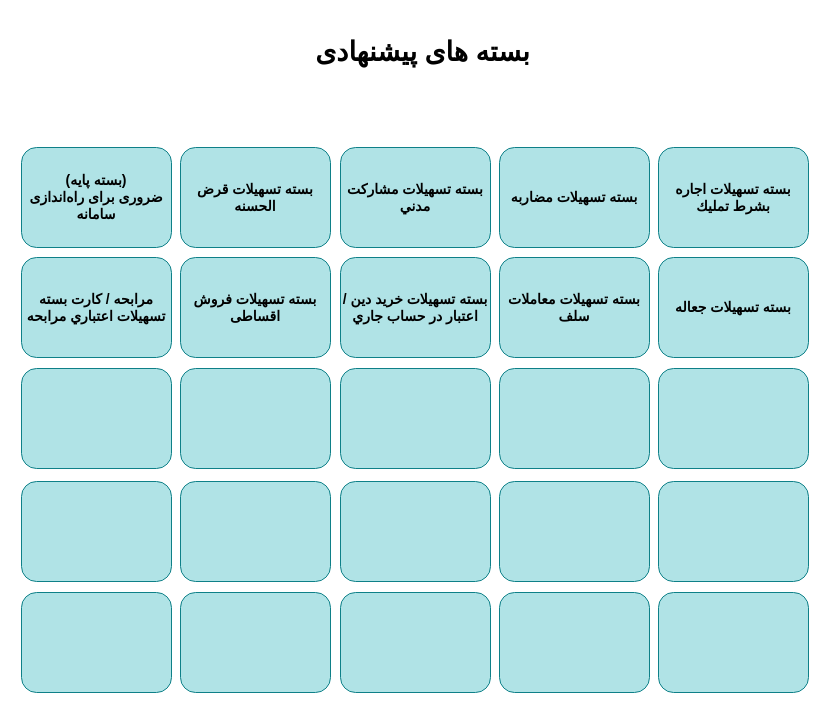
Before: page "بسته های پیشنهادی" (3 of 6) of param.drawio in saeidmaleki/Facility, a draw.io diagram. Source tidied: cells renumbered, new cells numbered last; positions are measured from the earlier drawing's top-left corner, leaving out a move shared by most shapes. Both pictures are drawn from the tidied source at 100%, with x=0, y=0 at pixel (21, 17).
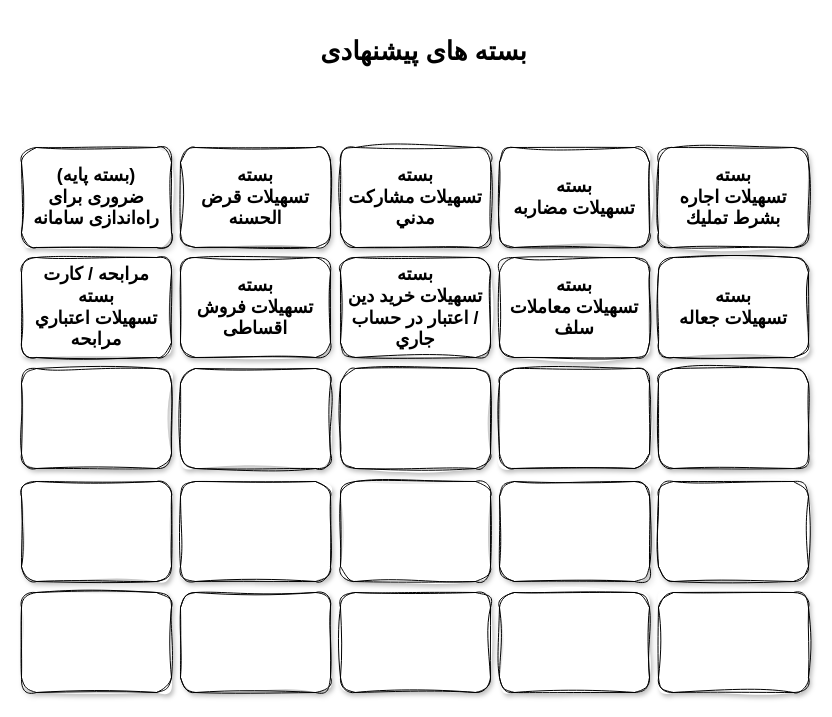
Above is the later version.

Change to the diagram source:
```diff
@@
-    <mxCell id="2" value="بسته تسهیلات&amp;nbsp;مشاركت مدني" style="shape=ext;rounded=1;html=1;whiteSpace=wrap;shadow=0;glass=0;labelBackgroundColor=none;fillColor=#b0e3e6;fontStyle=1;fontSize=14;strokeColor=#0e8088;" parent="1" vertex="1">
+    <mxCell id="2" value="بسته تسهیلات مشاركت مدني" style="shape=ext;rounded=1;whiteSpace=wrap;shadow=1;glass=0;labelBackgroundColor=none;fontStyle=1;fontSize=18;spacingLeft=3;spacingBottom=0;spacingTop=0;spacingRight=3;gradientColor=none;sketch=1;curveFitting=1;jiggle=2;fillColor=default;html=1;" parent="1" vertex="1">
       <mxGeometry x="319" y="130" width="150" height="100" as="geometry" />
     </mxCell>
-    <mxCell id="3" value="بسته تسهیلات&amp;nbsp;مضاربه" style="shape=ext;rounded=1;html=1;whiteSpace=wrap;shadow=0;glass=0;labelBackgroundColor=none;fillColor=#b0e3e6;fontStyle=1;fontSize=14;strokeColor=#0e8088;" parent="1" vertex="1">
+    <mxCell id="3" value="بسته تسهیلات مضاربه" style="shape=ext;rounded=1;whiteSpace=wrap;shadow=1;glass=0;labelBackgroundColor=none;fontStyle=1;fontSize=18;spacingLeft=3;spacingBottom=0;spacingTop=0;spacingRight=3;gradientColor=none;sketch=1;curveFitting=1;jiggle=2;fillColor=default;html=1;" parent="1" vertex="1">
       <mxGeometry x="478" y="130" width="150" height="100" as="geometry" />
     </mxCell>
-    <mxCell id="4" value="بسته تسهیلات&amp;nbsp;فروش اقساطی" style="shape=ext;rounded=1;html=1;whiteSpace=wrap;shadow=0;glass=0;labelBackgroundColor=none;fillColor=#b0e3e6;fontStyle=1;fontSize=14;strokeColor=#0e8088;" parent="1" vertex="1">
+    <mxCell id="4" value="بسته تسهیلات فروش اقساطی" style="shape=ext;rounded=1;whiteSpace=wrap;shadow=1;glass=0;labelBackgroundColor=none;fontStyle=1;fontSize=18;spacingLeft=3;spacingBottom=0;spacingTop=0;spacingRight=3;gradientColor=none;sketch=1;curveFitting=1;jiggle=2;fillColor=default;html=1;" parent="1" vertex="1">
       <mxGeometry x="159" y="240" width="150" height="100" as="geometry" />
     </mxCell>
-    <mxCell id="5" value="مرابحه / کارت بسته تسهیلات&amp;nbsp;اعتباري مرابحه" style="shape=ext;rounded=1;html=1;whiteSpace=wrap;shadow=0;glass=0;labelBackgroundColor=none;fillColor=#b0e3e6;fontStyle=1;fontSize=14;strokeColor=#0e8088;" parent="1" vertex="1">
+    <mxCell id="5" value="مرابحه / کارت بسته تسهیلات اعتباري مرابحه" style="shape=ext;rounded=1;whiteSpace=wrap;shadow=1;glass=0;labelBackgroundColor=none;fontStyle=1;fontSize=18;spacingLeft=3;spacingBottom=0;spacingTop=0;spacingRight=3;gradientColor=none;sketch=1;curveFitting=1;jiggle=2;fillColor=default;html=1;" parent="1" vertex="1">
       <mxGeometry y="240" width="150" height="100" as="geometry" />
     </mxCell>
-    <mxCell id="6" value="بسته تسهیلات&amp;nbsp;معاملات سلف" style="shape=ext;rounded=1;html=1;whiteSpace=wrap;shadow=0;glass=0;labelBackgroundColor=none;fillColor=#b0e3e6;fontStyle=1;fontSize=14;strokeColor=#0e8088;" parent="1" vertex="1">
+    <mxCell id="6" value="بسته تسهیلات معاملات سلف" style="shape=ext;rounded=1;whiteSpace=wrap;shadow=1;glass=0;labelBackgroundColor=none;fontStyle=1;fontSize=18;spacingLeft=3;spacingBottom=0;spacingTop=0;spacingRight=3;gradientColor=none;sketch=1;curveFitting=1;jiggle=2;fillColor=default;html=1;" parent="1" vertex="1">
       <mxGeometry x="478" y="240" width="150" height="100" as="geometry" />
     </mxCell>
-    <mxCell id="7" value="بسته تسهیلات&amp;nbsp;جعاله" style="shape=ext;rounded=1;html=1;whiteSpace=wrap;shadow=0;glass=0;labelBackgroundColor=none;fillColor=#b0e3e6;fontStyle=1;fontSize=14;strokeColor=#0e8088;" parent="1" vertex="1">
+    <mxCell id="7" value="بسته تسهیلات جعاله" style="shape=ext;rounded=1;whiteSpace=wrap;shadow=1;glass=0;labelBackgroundColor=none;fontStyle=1;fontSize=18;spacingLeft=3;spacingBottom=0;spacingTop=0;spacingRight=3;gradientColor=none;sketch=1;curveFitting=1;jiggle=2;fillColor=default;html=1;" parent="1" vertex="1">
       <mxGeometry x="637" y="240" width="150" height="100" as="geometry" />
     </mxCell>
-    <mxCell id="8" value="بسته تسهیلات&amp;nbsp;قرض الحسنه" style="shape=ext;rounded=1;html=1;whiteSpace=wrap;shadow=0;glass=0;labelBackgroundColor=none;fillColor=#b0e3e6;fontStyle=1;fontSize=14;strokeColor=#0e8088;" parent="1" vertex="1">
+    <mxCell id="8" value="بسته تسهیلات قرض الحسنه" style="shape=ext;rounded=1;whiteSpace=wrap;shadow=1;glass=0;labelBackgroundColor=none;fontStyle=1;fontSize=18;spacingLeft=3;spacingBottom=0;spacingTop=0;spacingRight=3;gradientColor=none;sketch=1;curveFitting=1;jiggle=2;fillColor=default;html=1;" parent="1" vertex="1">
       <mxGeometry x="159" y="130" width="150" height="100" as="geometry" />
     </mxCell>
-    <mxCell id="9" value="بسته تسهیلات&amp;nbsp;اجاره بشرط تمليك" style="shape=ext;rounded=1;html=1;whiteSpace=wrap;shadow=0;glass=0;labelBackgroundColor=none;fillColor=#b0e3e6;fontStyle=1;fontSize=14;strokeColor=#0e8088;" parent="1" vertex="1">
+    <mxCell id="9" value="بسته تسهیلات اجاره بشرط تمليك" style="shape=ext;rounded=1;whiteSpace=wrap;shadow=1;glass=0;labelBackgroundColor=none;fontStyle=1;fontSize=18;spacingLeft=3;spacingBottom=0;spacingTop=0;spacingRight=3;gradientColor=none;sketch=1;curveFitting=1;jiggle=2;fillColor=default;html=1;" parent="1" vertex="1">
       <mxGeometry x="637" y="130" width="150" height="100" as="geometry" />
     </mxCell>
-    <mxCell id="10" value="بسته تسهیلات&amp;nbsp;خريد دين / اعتبار در حساب جاري" style="shape=ext;rounded=1;html=1;whiteSpace=wrap;shadow=0;glass=0;labelBackgroundColor=none;fillColor=#b0e3e6;fontStyle=1;fontSize=14;strokeColor=#0e8088;" parent="1" vertex="1">
+    <mxCell id="10" value="بسته تسهیلات خريد دين / اعتبار در حساب جاري" style="shape=ext;rounded=1;whiteSpace=wrap;shadow=1;glass=0;labelBackgroundColor=none;fontStyle=1;fontSize=18;spacingLeft=3;spacingBottom=0;spacingTop=0;spacingRight=3;gradientColor=none;sketch=1;curveFitting=1;jiggle=2;fillColor=default;html=1;" parent="1" vertex="1">
       <mxGeometry x="319" y="240" width="150" height="100" as="geometry" />
     </mxCell>
-    <mxCell id="11" value="(بسته پایه)&lt;div&gt;ضروری برای راه‌اندازی سامانه&lt;/div&gt;" style="shape=ext;rounded=1;html=1;whiteSpace=wrap;shadow=0;glass=0;labelBackgroundColor=none;fillColor=#b0e3e6;fontStyle=1;fontSize=14;strokeColor=#0e8088;" parent="1" vertex="1">
+    <mxCell id="11" value="(بسته پایه)&lt;br&gt;ضروری برای راه‌اندازی سامانه" style="shape=ext;rounded=1;whiteSpace=wrap;shadow=1;glass=0;labelBackgroundColor=none;fontStyle=1;fontSize=18;spacingLeft=3;spacingBottom=0;spacingTop=0;spacingRight=3;gradientColor=none;sketch=1;curveFitting=1;jiggle=2;fillColor=default;html=1;" parent="1" vertex="1">
       <mxGeometry y="130" width="150" height="100" as="geometry" />
     </mxCell>
-    <mxCell id="12" style="shape=ext;rounded=1;html=1;whiteSpace=wrap;shadow=0;glass=0;labelBackgroundColor=none;fillColor=#b0e3e6;fontStyle=1;fontSize=14;strokeColor=#0e8088;" parent="1" vertex="1">
+    <mxCell id="12" style="shape=ext;rounded=1;whiteSpace=wrap;shadow=1;glass=0;labelBackgroundColor=none;fontStyle=1;fontSize=18;spacingLeft=3;spacingBottom=0;spacingTop=0;spacingRight=3;gradientColor=none;sketch=1;curveFitting=1;jiggle=2;fillColor=default;html=1;" parent="1" vertex="1">
       <mxGeometry x="159" y="351" width="150" height="100" as="geometry" />
     </mxCell>
-    <mxCell id="13" style="shape=ext;rounded=1;html=1;whiteSpace=wrap;shadow=0;glass=0;labelBackgroundColor=none;fillColor=#b0e3e6;fontStyle=1;fontSize=14;strokeColor=#0e8088;" parent="1" vertex="1">
+    <mxCell id="13" style="shape=ext;rounded=1;whiteSpace=wrap;shadow=1;glass=0;labelBackgroundColor=none;fontStyle=1;fontSize=18;spacingLeft=3;spacingBottom=0;spacingTop=0;spacingRight=3;gradientColor=none;sketch=1;curveFitting=1;jiggle=2;fillColor=default;html=1;" parent="1" vertex="1">
       <mxGeometry x="478" y="351" width="150" height="100" as="geometry" />
     </mxCell>
-    <mxCell id="14" style="shape=ext;rounded=1;html=1;whiteSpace=wrap;shadow=0;glass=0;labelBackgroundColor=none;fillColor=#b0e3e6;fontStyle=1;fontSize=14;strokeColor=#0e8088;" parent="1" vertex="1">
+    <mxCell id="14" style="shape=ext;rounded=1;whiteSpace=wrap;shadow=1;glass=0;labelBackgroundColor=none;fontStyle=1;fontSize=18;spacingLeft=3;spacingBottom=0;spacingTop=0;spacingRight=3;gradientColor=none;sketch=1;curveFitting=1;jiggle=2;fillColor=default;html=1;" parent="1" vertex="1">
       <mxGeometry x="319" y="351" width="150" height="100" as="geometry" />
     </mxCell>
-    <mxCell id="15" style="shape=ext;rounded=1;html=1;whiteSpace=wrap;shadow=0;glass=0;labelBackgroundColor=none;fillColor=#b0e3e6;fontStyle=1;fontSize=14;strokeColor=#0e8088;" parent="1" vertex="1">
+    <mxCell id="15" style="shape=ext;rounded=1;whiteSpace=wrap;shadow=1;glass=0;labelBackgroundColor=none;fontStyle=1;fontSize=18;spacingLeft=3;spacingBottom=0;spacingTop=0;spacingRight=3;gradientColor=none;sketch=1;curveFitting=1;jiggle=2;fillColor=default;html=1;" parent="1" vertex="1">
       <mxGeometry y="351" width="150" height="100" as="geometry" />
     </mxCell>
-    <mxCell id="16" style="shape=ext;rounded=1;html=1;whiteSpace=wrap;shadow=0;glass=0;labelBackgroundColor=none;fillColor=#b0e3e6;fontStyle=1;fontSize=14;strokeColor=#0e8088;" parent="1" vertex="1">
+    <mxCell id="16" style="shape=ext;rounded=1;whiteSpace=wrap;shadow=1;glass=0;labelBackgroundColor=none;fontStyle=1;fontSize=18;spacingLeft=3;spacingBottom=0;spacingTop=0;spacingRight=3;gradientColor=none;sketch=1;curveFitting=1;jiggle=2;fillColor=default;html=1;" parent="1" vertex="1">
       <mxGeometry y="464" width="150" height="100" as="geometry" />
     </mxCell>
-    <mxCell id="17" style="shape=ext;rounded=1;html=1;whiteSpace=wrap;shadow=0;glass=0;labelBackgroundColor=none;fillColor=#b0e3e6;fontStyle=1;fontSize=14;strokeColor=#0e8088;" parent="1" vertex="1">
+    <mxCell id="17" style="shape=ext;rounded=1;whiteSpace=wrap;shadow=1;glass=0;labelBackgroundColor=none;fontStyle=1;fontSize=18;spacingLeft=3;spacingBottom=0;spacingTop=0;spacingRight=3;gradientColor=none;sketch=1;curveFitting=1;jiggle=2;fillColor=default;html=1;" parent="1" vertex="1">
       <mxGeometry x="159" y="464" width="150" height="100" as="geometry" />
     </mxCell>
-    <mxCell id="18" style="shape=ext;rounded=1;html=1;whiteSpace=wrap;shadow=0;glass=0;labelBackgroundColor=none;fillColor=#b0e3e6;fontStyle=1;fontSize=14;strokeColor=#0e8088;" parent="1" vertex="1">
+    <mxCell id="18" style="shape=ext;rounded=1;whiteSpace=wrap;shadow=1;glass=0;labelBackgroundColor=none;fontStyle=1;fontSize=18;spacingLeft=3;spacingBottom=0;spacingTop=0;spacingRight=3;gradientColor=none;sketch=1;curveFitting=1;jiggle=2;fillColor=default;html=1;" parent="1" vertex="1">
       <mxGeometry x="637" y="351" width="150" height="100" as="geometry" />
     </mxCell>
-    <mxCell id="19" value="بسته های پیشنهادی" style="text;strokeColor=none;fillColor=none;html=1;fontSize=27;fontStyle=1;verticalAlign=middle;align=center;" parent="1" vertex="1">
+    <mxCell id="19" value="بسته های پیشنهادی" style="text;html=1;fontSize=26;fontStyle=1;verticalAlign=middle;align=center;sketch=1;curveFitting=1;jiggle=2;spacingLeft=3;spacingBottom=3;" parent="1" vertex="1">
       <mxGeometry x="288" width="225" height="70" as="geometry" />
     </mxCell>
-    <mxCell id="20" style="shape=ext;rounded=1;html=1;whiteSpace=wrap;shadow=0;glass=0;labelBackgroundColor=none;fillColor=#b0e3e6;fontStyle=1;fontSize=14;strokeColor=#0e8088;" parent="1" vertex="1">
+    <mxCell id="20" style="shape=ext;rounded=1;whiteSpace=wrap;shadow=1;glass=0;labelBackgroundColor=none;fontStyle=1;fontSize=18;spacingLeft=3;spacingBottom=0;spacingTop=0;spacingRight=3;gradientColor=none;sketch=1;curveFitting=1;jiggle=2;fillColor=default;html=1;" parent="1" vertex="1">
       <mxGeometry x="319" y="464" width="150" height="100" as="geometry" />
     </mxCell>
-    <mxCell id="21" style="shape=ext;rounded=1;html=1;whiteSpace=wrap;shadow=0;glass=0;labelBackgroundColor=none;fillColor=#b0e3e6;fontStyle=1;fontSize=14;strokeColor=#0e8088;" parent="1" vertex="1">
+    <mxCell id="21" style="shape=ext;rounded=1;whiteSpace=wrap;shadow=1;glass=0;labelBackgroundColor=none;fontStyle=1;fontSize=18;spacingLeft=3;spacingBottom=0;spacingTop=0;spacingRight=3;gradientColor=none;sketch=1;curveFitting=1;jiggle=2;fillColor=default;html=1;" parent="1" vertex="1">
       <mxGeometry x="478" y="464" width="150" height="100" as="geometry" />
     </mxCell>
-    <mxCell id="22" style="shape=ext;rounded=1;html=1;whiteSpace=wrap;shadow=0;glass=0;labelBackgroundColor=none;fillColor=#b0e3e6;fontStyle=1;fontSize=14;strokeColor=#0e8088;" parent="1" vertex="1">
+    <mxCell id="22" style="shape=ext;rounded=1;whiteSpace=wrap;shadow=1;glass=0;labelBackgroundColor=none;fontStyle=1;fontSize=18;spacingLeft=3;spacingBottom=0;spacingTop=0;spacingRight=3;gradientColor=none;sketch=1;curveFitting=1;jiggle=2;fillColor=default;html=1;" parent="1" vertex="1">
       <mxGeometry x="637" y="464" width="150" height="100" as="geometry" />
     </mxCell>
-    <mxCell id="23" style="shape=ext;rounded=1;html=1;whiteSpace=wrap;shadow=0;glass=0;labelBackgroundColor=none;fillColor=#b0e3e6;fontStyle=1;fontSize=14;strokeColor=#0e8088;" parent="1" vertex="1">
+    <mxCell id="23" style="shape=ext;rounded=1;whiteSpace=wrap;shadow=1;glass=0;labelBackgroundColor=none;fontStyle=1;fontSize=18;spacingLeft=3;spacingBottom=0;spacingTop=0;spacingRight=3;gradientColor=none;sketch=1;curveFitting=1;jiggle=2;fillColor=default;html=1;" parent="1" vertex="1">
       <mxGeometry y="575" width="150" height="100" as="geometry" />
     </mxCell>
-    <mxCell id="24" style="shape=ext;rounded=1;html=1;whiteSpace=wrap;shadow=0;glass=0;labelBackgroundColor=none;fillColor=#b0e3e6;fontStyle=1;fontSize=14;strokeColor=#0e8088;" parent="1" vertex="1">
+    <mxCell id="24" style="shape=ext;rounded=1;whiteSpace=wrap;shadow=1;glass=0;labelBackgroundColor=none;fontStyle=1;fontSize=18;spacingLeft=3;spacingBottom=0;spacingTop=0;spacingRight=3;gradientColor=none;sketch=1;curveFitting=1;jiggle=2;fillColor=default;html=1;" parent="1" vertex="1">
       <mxGeometry x="159" y="575" width="150" height="100" as="geometry" />
     </mxCell>
-    <mxCell id="25" style="shape=ext;rounded=1;html=1;whiteSpace=wrap;shadow=0;glass=0;labelBackgroundColor=none;fillColor=#b0e3e6;fontStyle=1;fontSize=14;strokeColor=#0e8088;" parent="1" vertex="1">
+    <mxCell id="25" style="shape=ext;rounded=1;whiteSpace=wrap;shadow=1;glass=0;labelBackgroundColor=none;fontStyle=1;fontSize=18;spacingLeft=3;spacingBottom=0;spacingTop=0;spacingRight=3;gradientColor=none;sketch=1;curveFitting=1;jiggle=2;fillColor=default;html=1;" parent="1" vertex="1">
       <mxGeometry x="319" y="575" width="150" height="100" as="geometry" />
     </mxCell>
-    <mxCell id="26" style="shape=ext;rounded=1;html=1;whiteSpace=wrap;shadow=0;glass=0;labelBackgroundColor=none;fillColor=#b0e3e6;fontStyle=1;fontSize=14;strokeColor=#0e8088;" parent="1" vertex="1">
+    <mxCell id="26" style="shape=ext;rounded=1;whiteSpace=wrap;shadow=1;glass=0;labelBackgroundColor=none;fontStyle=1;fontSize=18;spacingLeft=3;spacingBottom=0;spacingTop=0;spacingRight=3;gradientColor=none;sketch=1;curveFitting=1;jiggle=2;fillColor=default;html=1;" parent="1" vertex="1">
       <mxGeometry x="478" y="575" width="150" height="100" as="geometry" />
     </mxCell>
-    <mxCell id="27" style="shape=ext;rounded=1;html=1;whiteSpace=wrap;shadow=0;glass=0;labelBackgroundColor=none;fillColor=#b0e3e6;fontStyle=1;fontSize=14;strokeColor=#0e8088;" parent="1" vertex="1">
+    <mxCell id="27" style="shape=ext;rounded=1;whiteSpace=wrap;shadow=1;glass=0;labelBackgroundColor=none;fontStyle=1;fontSize=18;spacingLeft=3;spacingBottom=0;spacingTop=0;spacingRight=3;gradientColor=none;sketch=1;curveFitting=1;jiggle=2;fillColor=default;html=1;" parent="1" vertex="1">
       <mxGeometry x="637" y="575" width="150" height="100" as="geometry" />
     </mxCell>
```
